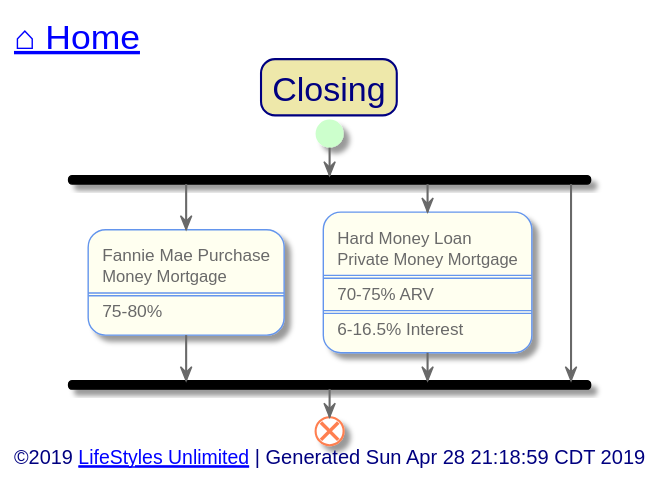
Earlier version of the PlantUML export out/src/single-family/closing.svg (toddmo/lifestylesunlimited).
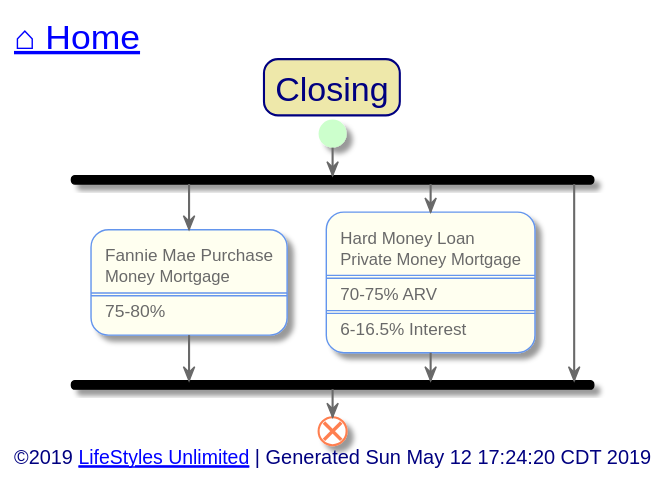
Above is the later version.

Change to the diagram source:
```diff
@@ -104,7 +104,7 @@
 
 
 left footer
-	<font size=14>©2019 [[http://www.lifestylesunlimited.com LifeStyles Unlimited]] | Generated Sun Apr 28 21:18:59 CDT 2019</font>
+	<font size=14>©2019 [[http://www.lifestylesunlimited.com LifeStyles Unlimited]] | Generated Sun May 12 17:24:20 CDT 2019</font>
 endfooter
 
 
```
